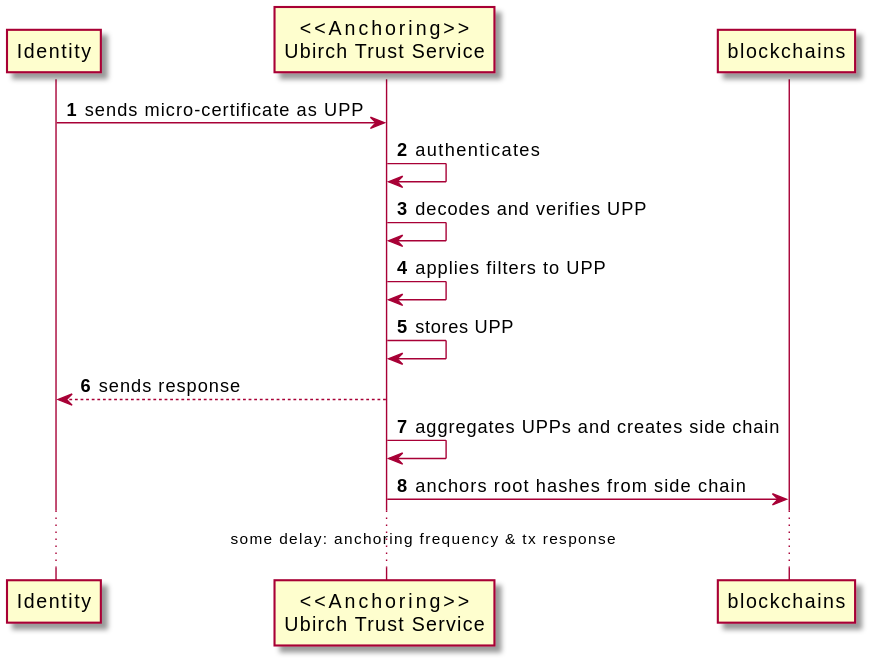
The PlantUML diagram .images/Anchoring.svg in ubirch/ubirch-event-log, before a commit. Its diagram source:
```plantuml
@startuml

autonumber

participant Identity as identity
participant trust_service_anchoring [
  <<Anchoring>>
  Ubirch Trust Service
]

identity -> trust_service_anchoring: sends micro-certificate as UPP
trust_service_anchoring -> trust_service_anchoring: authenticates
trust_service_anchoring -> trust_service_anchoring: decodes and verifies UPP
trust_service_anchoring -> trust_service_anchoring: applies filters to UPP
trust_service_anchoring -> trust_service_anchoring: stores UPP
identity <-- trust_service_anchoring: sends response
trust_service_anchoring -> trust_service_anchoring: aggregates UPPs and creates side chain
trust_service_anchoring -> blockchains: anchors root hashes from side chain
... some delay: anchoring frequency & tx response ...


@enduml
```
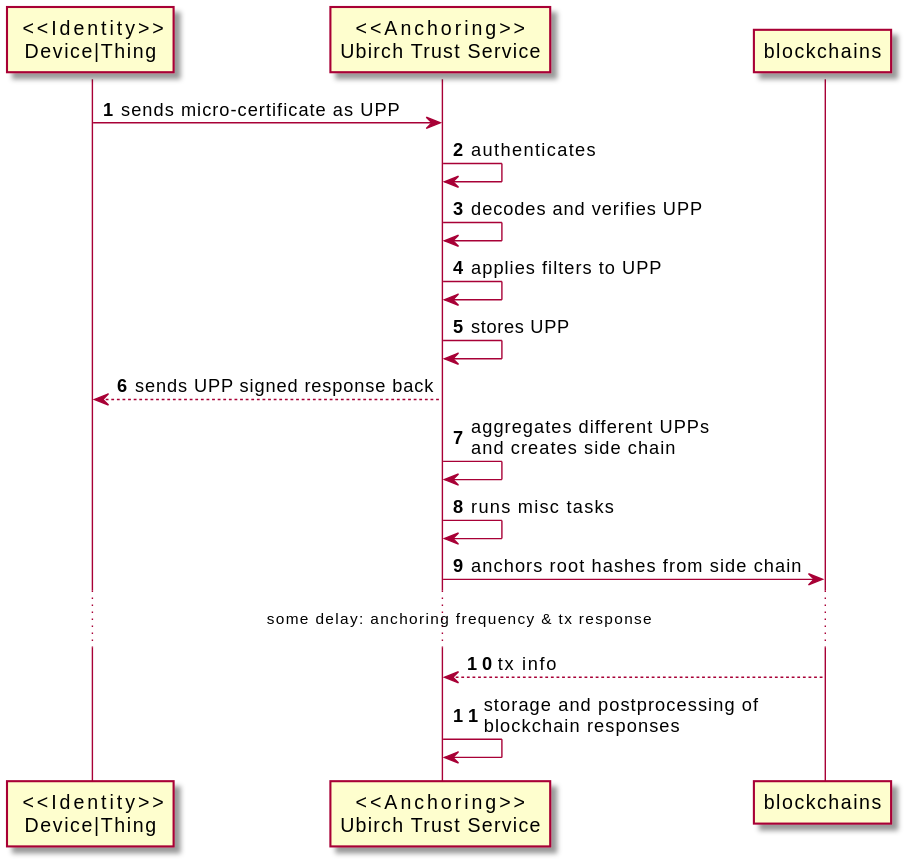
Above is the later version.

Commit message:
PROFIT-102 Adding some diagrams for anchoring and verification

The edit, as a diff of the source:
```diff
@@ -2,7 +2,10 @@
 
 autonumber
 
-participant Identity as identity
+participant identity [
+  <<Identity>>
+ Device|Thing
+]
 participant trust_service_anchoring [
   <<Anchoring>>
   Ubirch Trust Service
@@ -13,10 +16,12 @@
 trust_service_anchoring -> trust_service_anchoring: decodes and verifies UPP
 trust_service_anchoring -> trust_service_anchoring: applies filters to UPP
 trust_service_anchoring -> trust_service_anchoring: stores UPP
-identity <-- trust_service_anchoring: sends response
-trust_service_anchoring -> trust_service_anchoring: aggregates UPPs and creates side chain
+identity <-- trust_service_anchoring: sends UPP signed response back
+trust_service_anchoring -> trust_service_anchoring: aggregates different UPPs\nand creates side chain
+trust_service_anchoring -> trust_service_anchoring: runs misc tasks
 trust_service_anchoring -> blockchains: anchors root hashes from side chain
 ... some delay: anchoring frequency & tx response ...
-
+blockchains --> trust_service_anchoring: tx info
+trust_service_anchoring -> trust_service_anchoring: storage and postprocessing of\nblockchain responses
 
 @enduml
```
